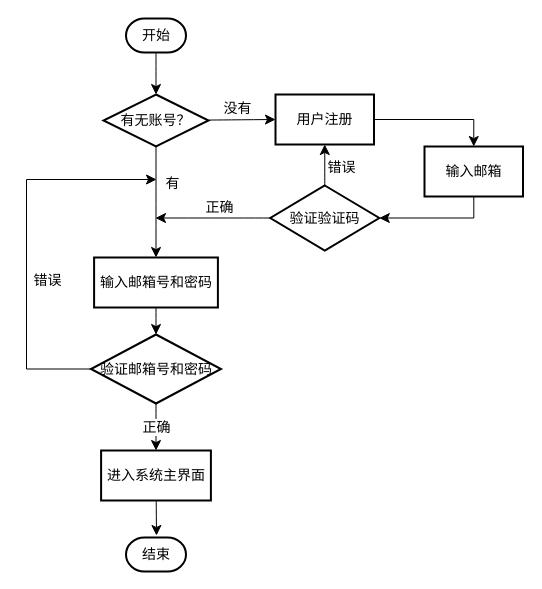
Earlier version of the draw.io diagram 简单记账demo项目结构图.drawio (jixiuy/DrawIO). Source tidied: cells renumbered, new cells numbered last; positions are measured from the earlier drawing's top-left corner, leaving out a move shared by most shapes. Both pictures are drawn from the tidied source at 100%, with x=0, y=0 at pixel (26, 18).
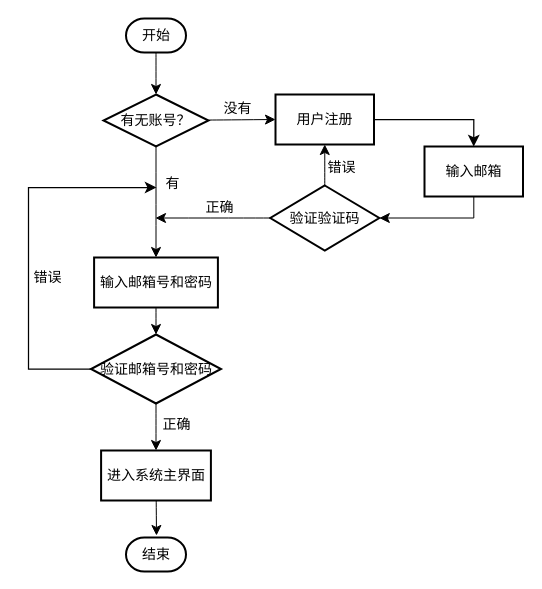
The same diagram, later.

Commit message:
更新简单记账demo项目结构图.drawio

The change refers to these unchanged cells:
```xml
<mxCell id="9" value="用户注册" style="rounded=0;whiteSpace=wrap;html=1;absoluteArcSize=1;arcSize=14;strokeWidth=2;fontFamily=宋体;fontStyle=0;fontSize=14;" parent="1" vertex="1">
  <mxGeometry x="249" y="76" width="98.5" height="50" as="geometry" />
</mxCell>
<mxCell id="11" value="输入邮箱" style="rounded=0;whiteSpace=wrap;html=1;absoluteArcSize=1;arcSize=14;strokeWidth=2;fontFamily=宋体;fontSize=14;fontStyle=0;" parent="1" vertex="1">
  <mxGeometry x="398" y="128" width="98.5" height="50" as="geometry" />
</mxCell>
<mxCell id="16" value="验证邮箱号和密码" style="strokeWidth=2;html=1;shape=mxgraph.flowchart.decision;whiteSpace=wrap;fontFamily=宋体;fontSize=14;fontStyle=0;" parent="1" vertex="1">
  <mxGeometry x="64.5" y="316" width="130" height="69" as="geometry" />
</mxCell>
<mxCell id="18" value="进入系统主界面" style="rounded=0;whiteSpace=wrap;html=1;absoluteArcSize=1;arcSize=14;strokeWidth=2;fontFamily=宋体;fontStyle=0;fontSize=14;" parent="1" vertex="1">
  <mxGeometry x="74.6" y="432" width="109.8" height="50" as="geometry" />
</mxCell>
```

Diff of the diagram source:
```diff
@@
-    <mxCell id="8" style="edgeStyle=orthogonalEdgeStyle;rounded=0;jettySize=auto;html=1;entryX=0.5;entryY=0;entryDx=0;entryDy=0;startSize=8;endSize=8;fontSize=14;fontFamily=宋体;" parent="1" edge="1" source="9" target="11">
+    <mxCell id="8" style="edgeStyle=orthogonalEdgeStyle;rounded=0;jettySize=auto;html=1;entryX=0.5;entryY=0;entryDx=0;entryDy=0;startSize=8;endSize=8;fontSize=14;fontFamily=宋体;strokeWidth=1.25;" parent="1" edge="1" source="9" target="11">
       <mxGeometry relative="1" as="geometry" />
     </mxCell>
@@
     <mxCell id="13" value="正确" style="edgeStyle=none;curved=1;rounded=0;jettySize=auto;html=1;entryX=0.5;entryY=0;entryDx=0;entryDy=0;startSize=8;endSize=8;fontFamily=宋体;fontSize=14;fontStyle=0;" parent="1" edge="1" source="16" target="18">
-      <mxGeometry relative="1" as="geometry" />
+      <mxGeometry x="-0.11" y="20" relative="1" as="geometry" />
     </mxCell>
-    <mxCell id="14" style="edgeStyle=orthogonalEdgeStyle;rounded=0;jettySize=auto;html=1;exitX=0;exitY=0.5;exitDx=0;exitDy=0;exitPerimeter=0;startSize=8;endSize=8;fontSize=14;fontFamily=宋体;" parent="1" edge="1" source="16">
+    <mxCell id="14" style="edgeStyle=orthogonalEdgeStyle;rounded=0;jettySize=auto;html=1;exitX=0;exitY=0.5;exitDx=0;exitDy=0;exitPerimeter=0;startSize=8;endSize=8;fontSize=14;fontFamily=宋体;strokeWidth=1.25;strokeColor=default;align=center;verticalAlign=middle;fontColor=default;labelBackgroundColor=default;endArrow=classic;" parent="1" edge="1" source="16">
       <mxGeometry relative="1" as="geometry">
-        <mxPoint x="130" y="161" as="targetPoint" />
+        <mxPoint x="130" y="169" as="targetPoint" />
         <Array as="points">
-          <mxPoint y="351" />
-          <mxPoint y="161" />
+          <mxPoint x="2" y="351" />
+          <mxPoint x="2" y="169" />
         </Array>
       </mxGeometry>
     </mxCell>
-    <mxCell id="15" value="错误" style="edgeLabel;html=1;align=center;verticalAlign=middle;fontFamily=宋体;fontSize=14;" parent="14" vertex="1">
+    <mxCell id="15" value="错误" style="edgeLabel;html=1;align=center;verticalAlign=middle;fontFamily=宋体;fontSize=14;rounded=0;strokeColor=default;fontColor=default;labelBackgroundColor=default;" parent="14" vertex="1">
       <mxGeometry x="-0.15" relative="1" as="geometry">
-        <mxPoint x="20" y="9" as="offset" />
+        <mxPoint x="18" y="3" as="offset" />
       </mxGeometry>
     </mxCell>
```
